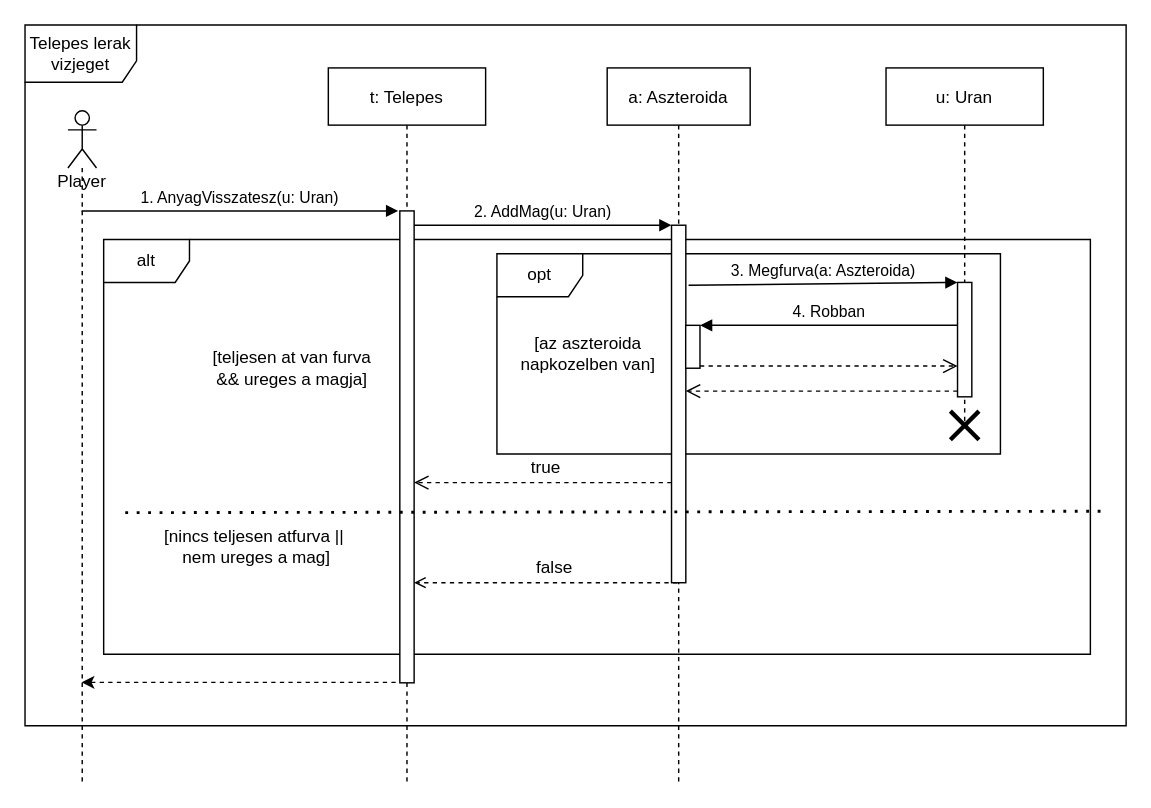
Above: page "uran lerak" (1 of 3) of doc/szekvencia/szek_UranLerak.drawio in torpeBoiGo/aszteroidabanyaszat (draw.io), before the change. Source tidied: cells renumbered, new cells numbered last; positions are measured from the earlier drawing's top-left corner, leaving out a move shared by most shapes. Both pictures are drawn from the tidied source at 143%, with x=0, y=0 at pixel (24, 24).
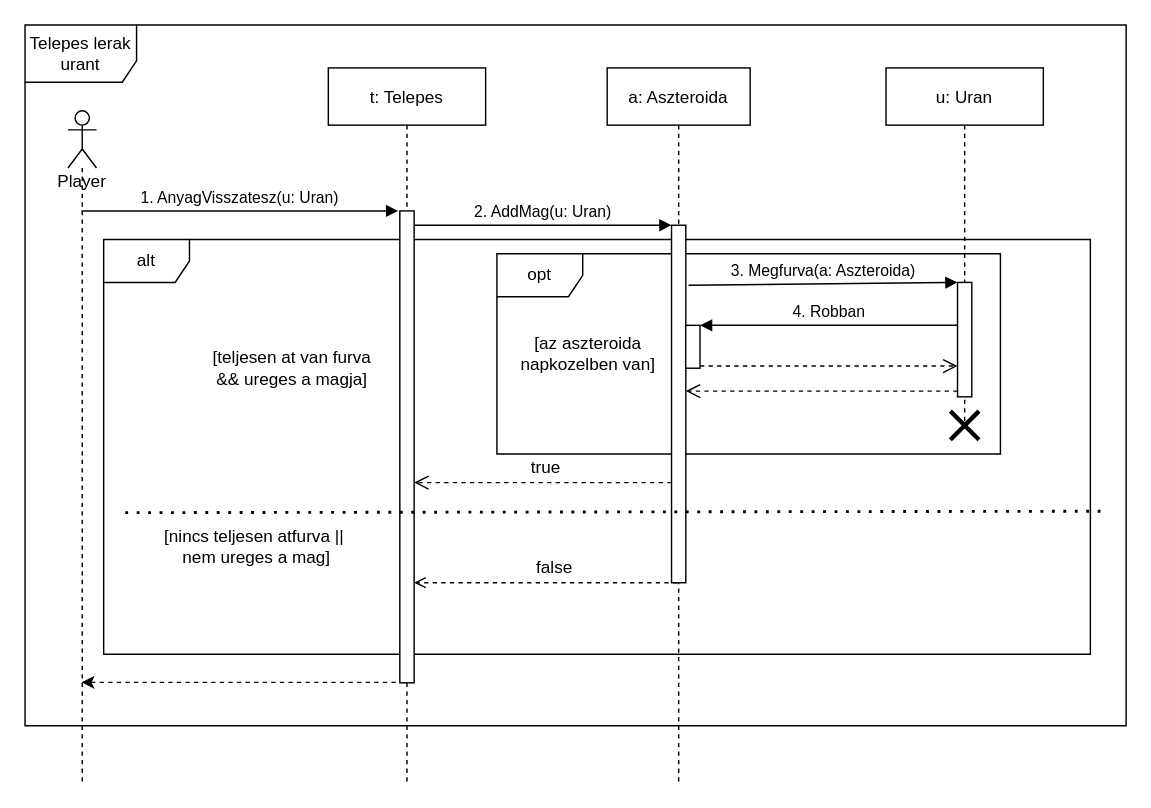
Above is the later version.

Commit message:
Update szek_UranLerak.drawio: eliras javitas

Change to the diagram source:
```diff
@@
-    <mxCell id="2" value="Telepes lerak vizjeget" style="shape=umlFrame;whiteSpace=wrap;html=1;width=78;height=40;" parent="1" vertex="1">
+    <mxCell id="2" value="Telepes lerak urant" style="shape=umlFrame;whiteSpace=wrap;html=1;width=78;height=40;" parent="1" vertex="1">
       <mxGeometry width="770" height="490" as="geometry" />
     </mxCell>
```
